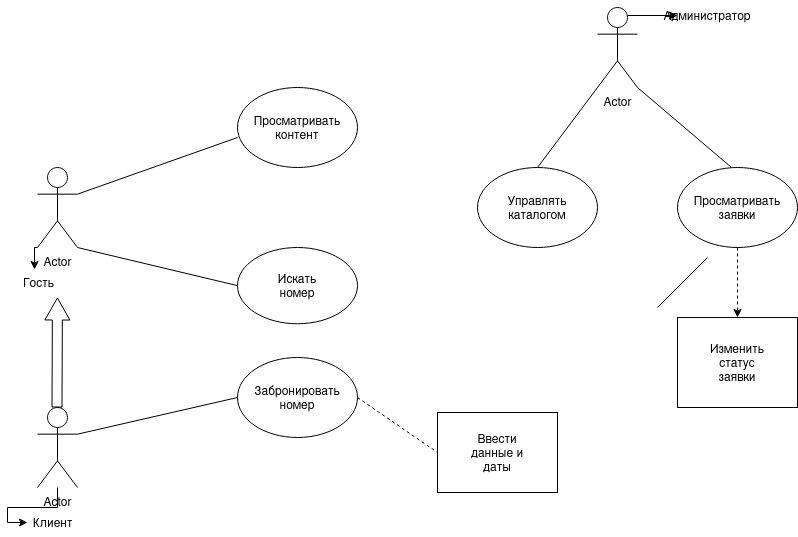
Before: Гостиница.drawio.png, a diagram exported from draw.io (Elb-b/elb-b.github.io). Source tidied: cells renumbered, new cells last; positions are measured from the earlier drawing's top-left corner, leaving out a move shared by most shapes.
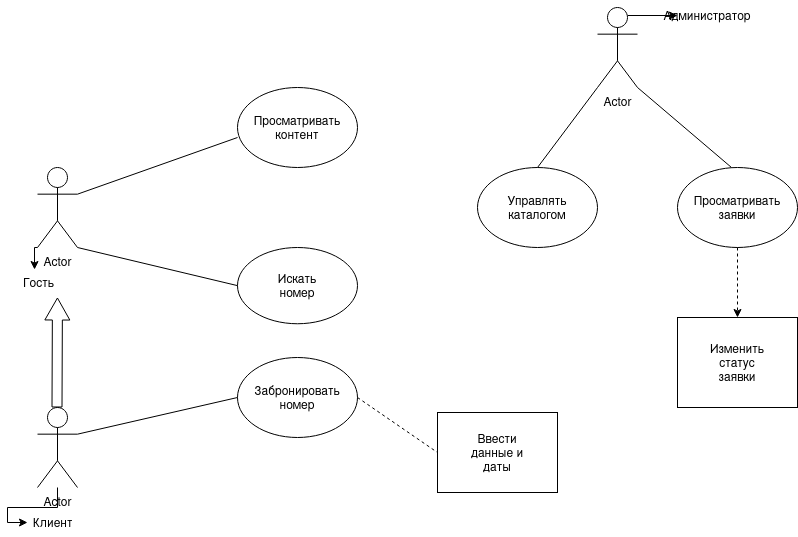
The same file after the commit.

The edit, as a diff of the source:
```diff
@@ -98,12 +98,6 @@
     <mxCell id="31" style="endArrow=classic;dashed=1;html=1;rounded=0;endFill=1;exitX=0.5;exitY=1;exitDx=0;exitDy=0;entryX=0.5;entryY=0;entryDx=0;entryDy=0;" parent="1" edge="1" source="24" target="29">
       <mxGeometry relative="1" as="geometry" />
     </mxCell>
-    <mxCell id="32" style="endArrow=none;html=1;rounded=0;" parent="1" edge="1">
-      <mxGeometry relative="1" as="geometry">
-        <mxPoint x="640" y="307" as="sourcePoint" />
-        <mxPoint x="690" y="257" as="targetPoint" />
-      </mxGeometry>
-    </mxCell>
     <mxCell id="33" value="Администратор" style="text;html=1;whiteSpace=wrap;strokeColor=none;fillColor=none;align=center;verticalAlign=middle;rounded=0;" parent="1" vertex="1">
       <mxGeometry x="660" width="60" height="30" as="geometry" />
     </mxCell>
```
